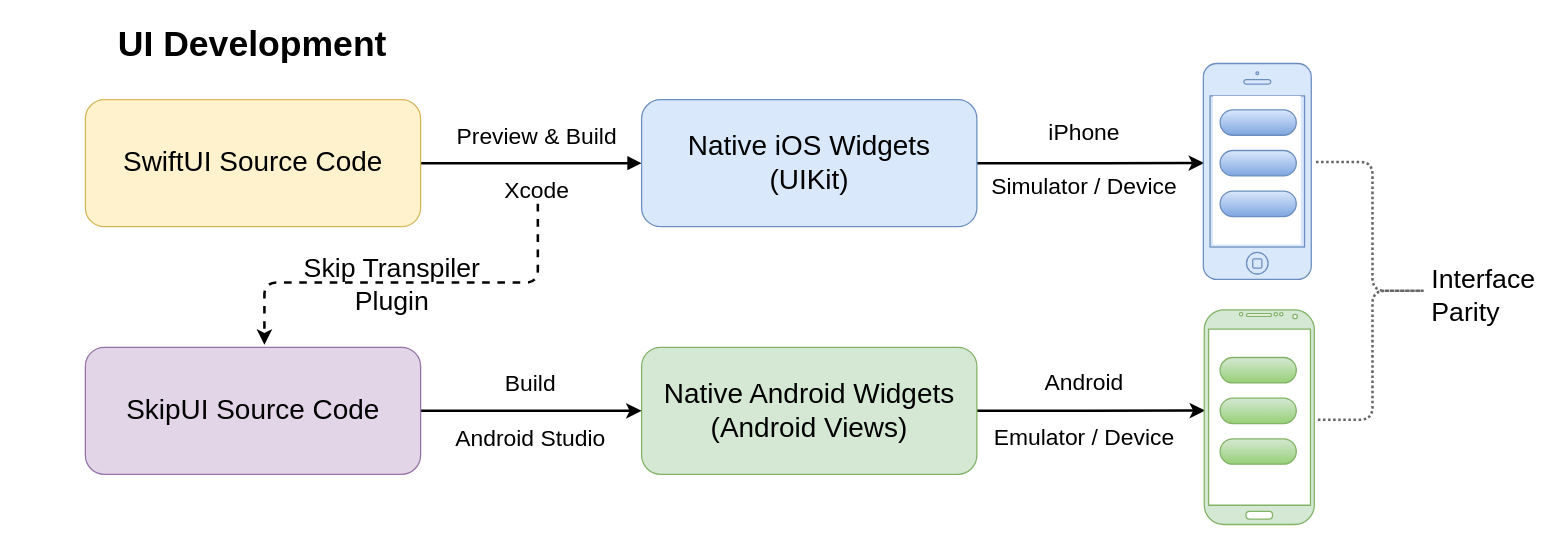
Earlier version of the draw.io diagram page "ui" (3 of 3) of diagrams/skip-diagrams.drawio (skiptools/assets.skip.tools). Source tidied: cells renumbered, new cells numbered last; positions are measured from the earlier drawing's top-left corner, leaving out a move shared by most shapes. Both pictures are drawn from the tidied source at 127%, with x=0, y=0 at pixel (22, 24).
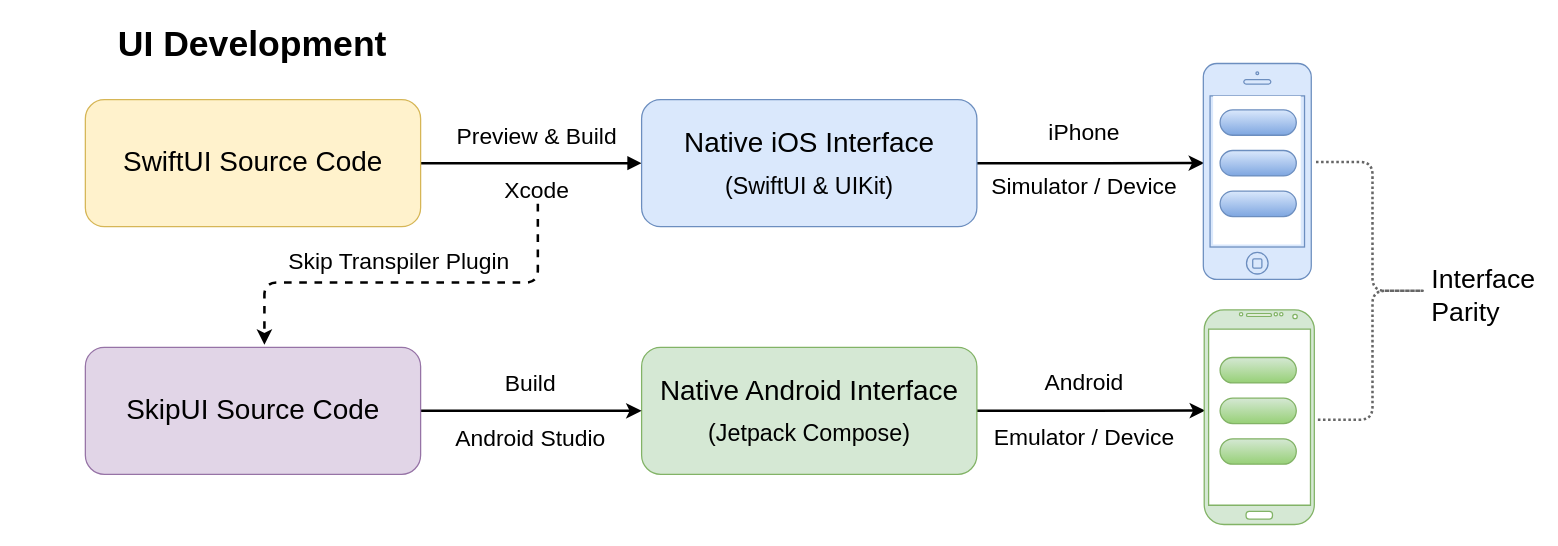
The same diagram, later.

Unchanged cells that the change refers to:
```xml
<mxCell id="5" style="edgeStyle=orthogonalEdgeStyle;rounded=1;orthogonalLoop=1;jettySize=auto;html=1;entryX=0.5;entryY=0;entryDx=0;entryDy=0;curved=0;dashed=1;strokeWidth=2;" parent="1" edge="1">
  <mxGeometry relative="1" as="geometry">
    <mxPoint x="406" y="141" as="sourcePoint" />
    <mxPoint x="190.7" y="252" as="targetPoint" />
    <Array as="points">
      <mxPoint x="190.7" y="203" />
    </Array>
  </mxGeometry>
</mxCell>
```

Change to the diagram source:
```diff
@@
-    <mxCell id="6" value="&lt;span style=&quot;font-weight: normal;&quot;&gt;&amp;nbsp;Skip Transpiler&amp;nbsp;&lt;br&gt;Plugin&lt;/span&gt;" style="edgeLabel;html=1;align=center;verticalAlign=middle;fontSize=21;fontStyle=1;labelBackgroundColor=none;" parent="5" vertex="1">
-      <mxGeometry x="0.09" relative="1" as="geometry" />
+    <mxCell id="6" value="&lt;span style=&quot;font-size: 18px;&quot;&gt;&amp;nbsp;Skip Transpiler Plugin&lt;/span&gt;" style="edgeLabel;html=1;align=center;verticalAlign=middle;fontSize=18;fontStyle=0;labelBackgroundColor=none;" parent="5" vertex="1">
+      <mxGeometry x="0.09" relative="1" as="geometry">
+        <mxPoint x="3" y="-17" as="offset" />
+      </mxGeometry>
     </mxCell>
@@
-    <mxCell id="9" value="Native iOS Widgets&lt;br&gt;(UIKit)" style="rounded=1;whiteSpace=wrap;html=1;fontSize=22;fillColor=#dae8fc;strokeColor=#6c8ebf;" parent="1" vertex="1">
+    <mxCell id="9" value="Native iOS Interface&lt;br&gt;&lt;sub&gt;(SwiftUI &amp;amp; UIKit)&lt;/sub&gt;" style="rounded=1;whiteSpace=wrap;html=1;fontSize=22;fillColor=#dae8fc;strokeColor=#6c8ebf;" parent="1" vertex="1">
       <mxGeometry x="487.7" y="59" width="264" height="100" as="geometry" />
     </mxCell>
@@
-    <mxCell id="11" value="Native Android Widgets&lt;br&gt;(Android Views)" style="rounded=1;whiteSpace=wrap;html=1;fontSize=22;fillColor=#d5e8d4;strokeColor=#82b366;" parent="1" vertex="1">
+    <mxCell id="11" value="Native Android Interface&lt;br&gt;&lt;sub&gt;(Jetpack Compose)&lt;/sub&gt;" style="rounded=1;whiteSpace=wrap;html=1;fontSize=22;fillColor=#d5e8d4;strokeColor=#82b366;" parent="1" vertex="1">
       <mxGeometry x="487.7" y="254" width="264" height="100" as="geometry" />
     </mxCell>
```
